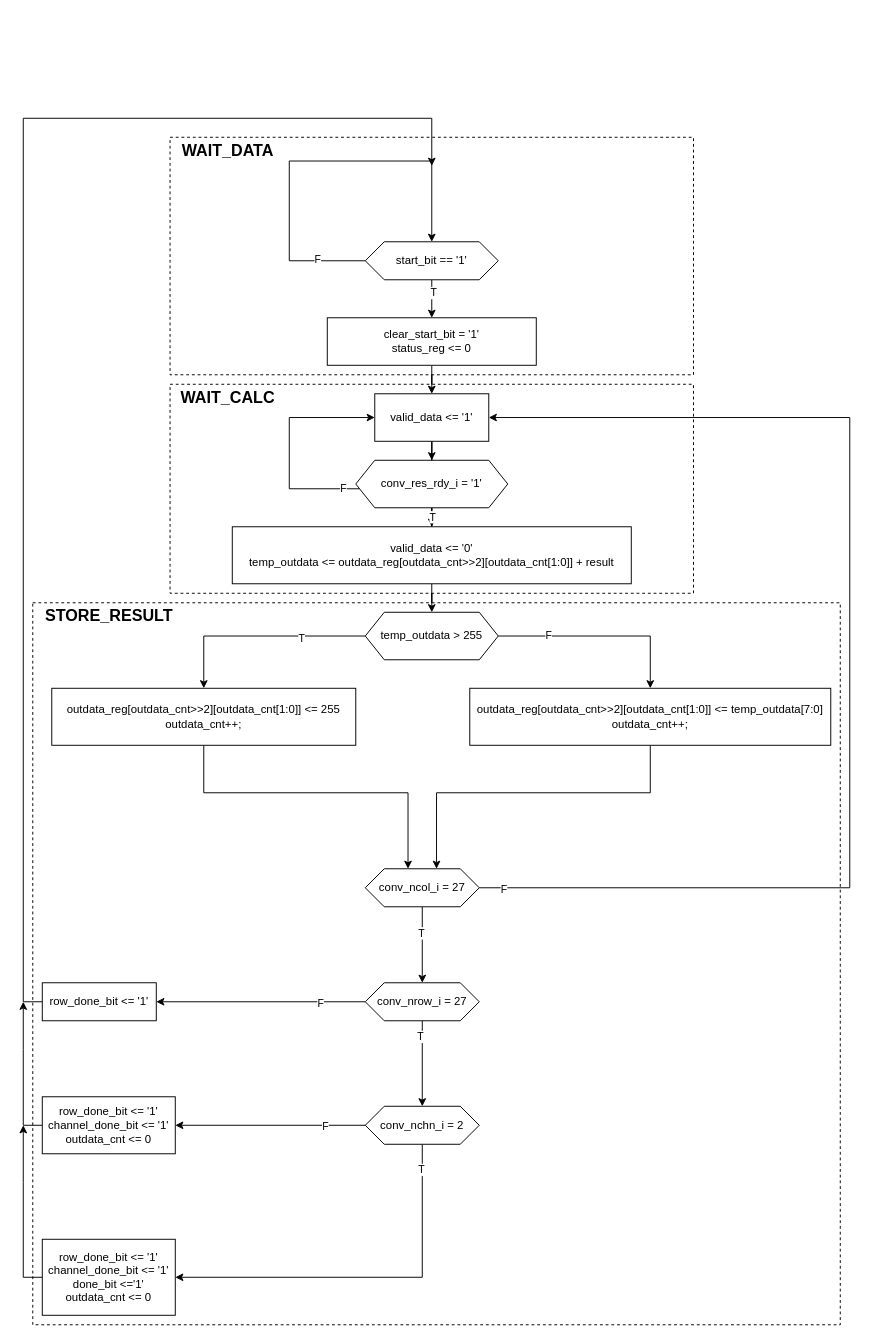
thevenus/etin35-pulpino keeps this draw.io diagram as page "Updated APB Conv" (7 of 7) of Diagrams.drawio. Above is the earlier version. Source tidied: cells renumbered, new cells numbered last; positions are measured from the earlier drawing's top-left corner, leaving out a move shared by most shapes. Both pictures are drawn from the tidied source at 95%, with x=0, y=0 at pixel (23, 118).
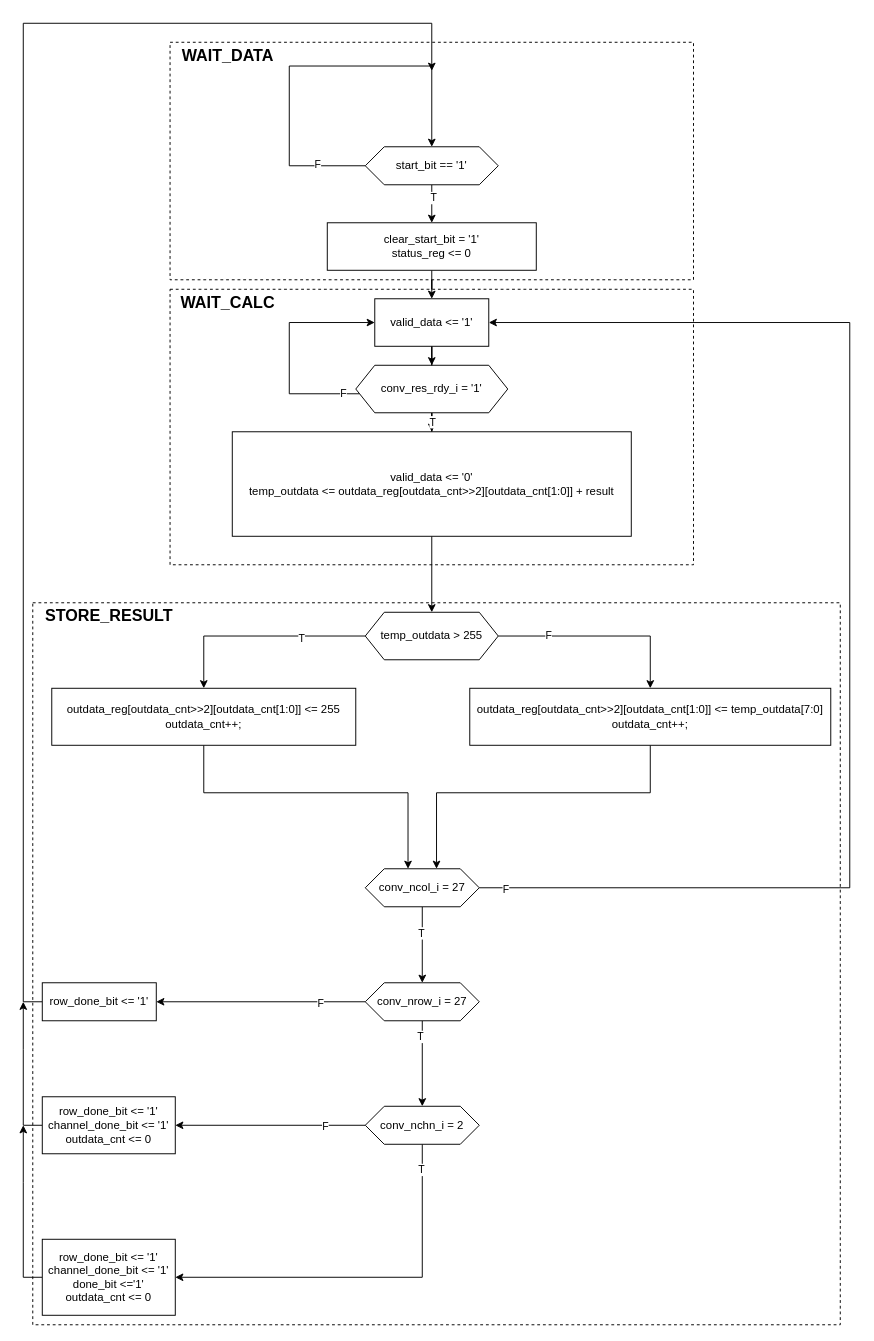
The same diagram, later.

Unchanged cells that the change refers to:
```xml
<mxCell id="24" value="temp_outdata &amp;gt; 255" style="shape=hexagon;perimeter=hexagonPerimeter2;whiteSpace=wrap;html=1;fixedSize=1;" parent="1" vertex="1">
  <mxGeometry x="360" y="520" width="140" height="50" as="geometry" />
</mxCell>
<mxCell id="34" value="conv_ncol_i = 27" style="shape=hexagon;perimeter=hexagonPerimeter2;whiteSpace=wrap;html=1;fixedSize=1;" parent="1" vertex="1">
  <mxGeometry x="360" y="790" width="120" height="40" as="geometry" />
</mxCell>
<mxCell id="35" value="row_done_bit &amp;lt;= '1'" style="whiteSpace=wrap;html=1;" parent="1" vertex="1">
  <mxGeometry x="20" y="910" width="120" height="40" as="geometry" />
</mxCell>
```

Diff of the diagram source:
```diff
@@
     <mxCell id="2" style="rounded=0;whiteSpace=wrap;html=1;fillColor=none;dashed=1;" parent="1" vertex="1">
-      <mxGeometry x="154.5" y="280" width="551" height="220" as="geometry" />
+      <mxGeometry x="154.5" y="180" width="551" height="290" as="geometry" />
     </mxCell>
@@
     <mxCell id="4" style="rounded=0;whiteSpace=wrap;html=1;fillColor=none;dashed=1;" parent="1" vertex="1">
-      <mxGeometry x="154.5" y="20" width="551" height="250" as="geometry" />
+      <mxGeometry x="154.5" y="-80" width="551" height="250" as="geometry" />
     </mxCell>
     <mxCell id="5" value="&lt;font style=&quot;font-size: 17px;&quot;&gt;&lt;b&gt;WAIT_DATA&lt;/b&gt;&lt;/font&gt;" style="text;html=1;align=center;verticalAlign=middle;strokeColor=none;fillColor=none;" parent="1" vertex="1">
-      <mxGeometry x="154.5" y="20" width="120" height="30" as="geometry" />
+      <mxGeometry x="154.5" y="-80" width="120" height="30" as="geometry" />
     </mxCell>
@@
     <mxCell id="7" value="&lt;div&gt;clear_start_bit = '1'&lt;/div&gt;&lt;div&gt;status_reg &amp;lt;= 0&lt;br&gt;&lt;/div&gt;" style="whiteSpace=wrap;html=1;" parent="1" vertex="1">
-      <mxGeometry x="320" y="210" width="220" height="50" as="geometry" />
+      <mxGeometry x="320" y="110" width="220" height="50" as="geometry" />
     </mxCell>
     <mxCell id="8" style="edgeStyle=orthogonalEdgeStyle;rounded=0;jettySize=auto;html=1;" parent="1" edge="1" source="12">
       <mxGeometry relative="1" as="geometry">
-        <mxPoint x="430" y="50" as="targetPoint" />
+        <mxPoint x="430" y="-50" as="targetPoint" />
         <Array as="points">
-          <mxPoint x="280" y="150" />
-          <mxPoint x="280" y="45" />
+          <mxPoint x="280" y="50" />
+          <mxPoint x="280" y="-55" />
         </Array>
       </mxGeometry>
     </mxCell>
@@
     <mxCell id="12" value="start_bit == '1'" style="shape=hexagon;perimeter=hexagonPerimeter2;whiteSpace=wrap;html=1;fixedSize=1;" parent="1" vertex="1">
-      <mxGeometry x="360" y="130" width="140" height="40" as="geometry" />
+      <mxGeometry x="360" y="30" width="140" height="40" as="geometry" />
     </mxCell>
     <mxCell id="13" style="edgeStyle=orthogonalEdgeStyle;rounded=0;jettySize=auto;html=1;entryX=0;entryY=0.5;entryDx=0;entryDy=0;" parent="1" edge="1" source="17" target="53">
       <mxGeometry relative="1" as="geometry">
         <Array as="points">
-          <mxPoint x="280" y="390" />
-          <mxPoint x="280" y="315" />
+          <mxPoint x="280" y="290" />
+          <mxPoint x="280" y="215" />
         </Array>
       </mxGeometry>
     </mxCell>
@@
     <mxCell id="17" value="conv_res_rdy_i = '1'" style="shape=hexagon;perimeter=hexagonPerimeter2;whiteSpace=wrap;html=1;fixedSize=1;" parent="1" vertex="1">
-      <mxGeometry x="350" y="360" width="160" height="50" as="geometry" />
+      <mxGeometry x="350" y="260" width="160" height="50" as="geometry" />
     </mxCell>
-    <mxCell id="18" style="edgeStyle=orthogonalEdgeStyle;rounded=0;jettySize=auto;html=1;" parent="1" edge="1" source="19" target="24">
+    <mxCell id="18" style="edgeStyle=orthogonalEdgeStyle;rounded=0;jettySize=auto;html=1;exitX=0.5;exitY=1;exitDx=0;exitDy=0;entryX=0.5;entryY=0;entryDx=0;entryDy=0;" parent="1" edge="1" source="19" target="24">
       <mxGeometry relative="1" as="geometry" />
     </mxCell>
     <mxCell id="19" value="&lt;div&gt;valid_data &amp;lt;= '0'&lt;br&gt;&lt;/div&gt;&lt;div&gt;temp_outdata &amp;lt;= outdata_reg[outdata_cnt&amp;gt;&amp;gt;2][outdata_cnt[1:0]] + result&lt;/div&gt;" style="whiteSpace=wrap;html=1;" parent="1" vertex="1">
-      <mxGeometry x="220" y="430" width="420" height="60" as="geometry" />
+      <mxGeometry x="220" y="330" width="420" height="110" as="geometry" />
     </mxCell>
@@
     <mxCell id="29" style="edgeStyle=orthogonalEdgeStyle;rounded=0;jettySize=auto;html=1;entryX=0.5;entryY=0;entryDx=0;entryDy=0;" parent="1" edge="1" source="35" target="12">
       <mxGeometry relative="1" as="geometry">
         <Array as="points">
           <mxPoint y="930" />
-          <mxPoint />
-          <mxPoint x="430" />
+          <mxPoint y="-100" />
+          <mxPoint x="430" y="-100" />
         </Array>
       </mxGeometry>
     </mxCell>
     <mxCell id="30" style="edgeStyle=orthogonalEdgeStyle;rounded=0;jettySize=auto;html=1;entryX=1;entryY=0.5;entryDx=0;entryDy=0;" parent="1" edge="1" source="34" target="53">
       <mxGeometry relative="1" as="geometry">
         <Array as="points">
           <mxPoint x="870" y="810" />
-          <mxPoint x="870" y="315" />
+          <mxPoint x="870" y="215" />
         </Array>
       </mxGeometry>
     </mxCell>
@@
     <mxCell id="50" value="&lt;font style=&quot;font-size: 17px;&quot;&gt;&lt;b&gt;WAIT_CALC&lt;/b&gt;&lt;/font&gt;" style="text;html=1;align=center;verticalAlign=middle;strokeColor=none;fillColor=none;" parent="1" vertex="1">
-      <mxGeometry x="154.5" y="280" width="120" height="30" as="geometry" />
+      <mxGeometry x="154.5" y="180" width="120" height="30" as="geometry" />
     </mxCell>
@@
     <mxCell id="53" value="valid_data &amp;lt;= '1'" style="whiteSpace=wrap;html=1;" parent="1" vertex="1">
-      <mxGeometry x="370" y="290" width="120" height="50" as="geometry" />
+      <mxGeometry x="370" y="190" width="120" height="50" as="geometry" />
     </mxCell>
```
